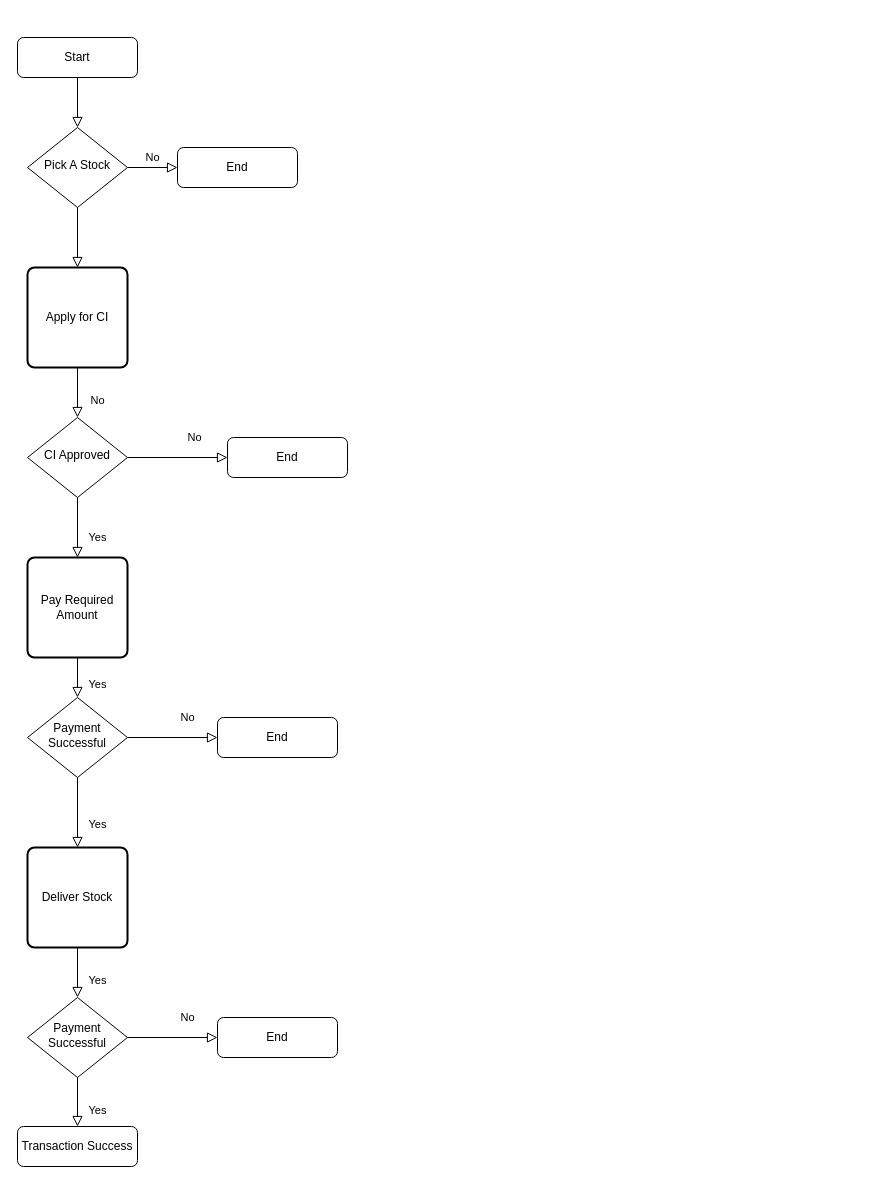
This is diagrams/Untitled Diagram.drawio from inyormanjr/CA.ERP, a draw.io file, before an edit. Source tidied: cells renumbered, new cells numbered last; positions are measured from the earlier drawing's top-left corner, leaving out a move shared by most shapes. Both pictures are drawn from the tidied source at 100%, with x=0, y=0 at pixel (17, 37).
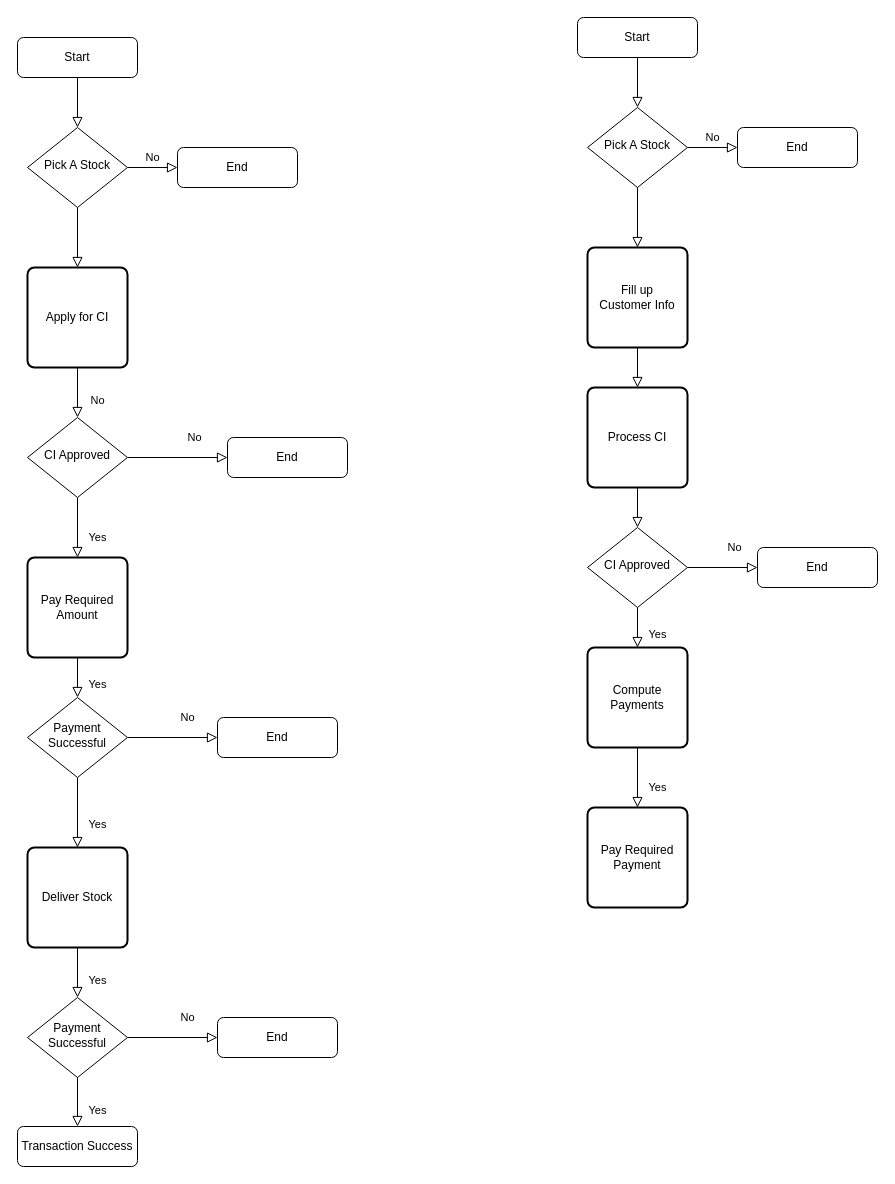
The same diagram, later.

The edit, as a diff of the source:
```diff
@@
+    <mxCell id="27" style="rounded=0;html=1;jettySize=auto;fontSize=11;endArrow=block;endFill=0;endSize=8;strokeWidth=1;shadow=0;labelBackgroundColor=none;edgeStyle=orthogonalEdgeStyle;" parent="1" edge="1" source="28" target="30">
+      <mxGeometry relative="1" as="geometry" />
+    </mxCell>
+    <mxCell id="28" value="Start" style="rounded=1;whiteSpace=wrap;html=1;fontSize=12;glass=0;strokeWidth=1;shadow=0;" parent="1" vertex="1">
+      <mxGeometry x="560" y="-20" width="120" height="40" as="geometry" />
+    </mxCell>
+    <mxCell id="29" value="No" style="edgeStyle=orthogonalEdgeStyle;rounded=0;html=1;jettySize=auto;fontSize=11;endArrow=block;endFill=0;endSize=8;strokeWidth=1;shadow=0;labelBackgroundColor=none;" parent="1" edge="1" source="30" target="31">
+      <mxGeometry y="10" relative="1" as="geometry" />
+    </mxCell>
+    <mxCell id="30" value="Pick A Stock" style="rhombus;whiteSpace=wrap;html=1;shadow=0;fontFamily=Helvetica;fontSize=12;align=center;strokeWidth=1;spacing=6;spacingTop=-4;" parent="1" vertex="1">
+      <mxGeometry x="570" y="70" width="100" height="80" as="geometry" />
+    </mxCell>
+    <mxCell id="31" value="End" style="rounded=1;whiteSpace=wrap;html=1;fontSize=12;glass=0;strokeWidth=1;shadow=0;" parent="1" vertex="1">
+      <mxGeometry x="720" y="90" width="120" height="40" as="geometry" />
+    </mxCell>
+    <mxCell id="32" style="rounded=0;html=1;jettySize=auto;fontSize=11;endArrow=block;endFill=0;endSize=8;strokeWidth=1;shadow=0;labelBackgroundColor=none;edgeStyle=orthogonalEdgeStyle;" parent="1" edge="1" source="30" target="33">
+      <mxGeometry x="0.33" y="20" relative="1" as="geometry" />
+    </mxCell>
+    <mxCell id="33" value="Fill up &lt;br&gt;Customer Info" style="rounded=1;whiteSpace=wrap;html=1;absoluteArcSize=1;arcSize=14;strokeWidth=2;" parent="1" vertex="1">
+      <mxGeometry x="570" y="210" width="100" height="100" as="geometry" />
+    </mxCell>
+    <mxCell id="34" style="rounded=0;html=1;jettySize=auto;fontSize=11;endArrow=block;endFill=0;endSize=8;strokeWidth=1;shadow=0;labelBackgroundColor=none;edgeStyle=orthogonalEdgeStyle;" parent="1" edge="1" source="33" target="35">
+      <mxGeometry x="0.33" y="20" relative="1" as="geometry" />
+    </mxCell>
+    <mxCell id="35" value="Process CI" style="rounded=1;whiteSpace=wrap;html=1;absoluteArcSize=1;arcSize=14;strokeWidth=2;" parent="1" vertex="1">
+      <mxGeometry x="570" y="350" width="100" height="100" as="geometry" />
+    </mxCell>
+    <mxCell id="36" value="CI Approved" style="rhombus;whiteSpace=wrap;html=1;shadow=0;fontFamily=Helvetica;fontSize=12;align=center;strokeWidth=1;spacing=6;spacingTop=-4;" parent="1" vertex="1">
+      <mxGeometry x="570" y="490" width="100" height="80" as="geometry" />
+    </mxCell>
+    <mxCell id="37" style="rounded=0;html=1;jettySize=auto;fontSize=11;endArrow=block;endFill=0;endSize=8;strokeWidth=1;shadow=0;labelBackgroundColor=none;edgeStyle=orthogonalEdgeStyle;" parent="1" edge="1" source="35" target="36">
+      <mxGeometry x="0.33" y="20" relative="1" as="geometry" />
+    </mxCell>
+    <mxCell id="38" value="End" style="rounded=1;whiteSpace=wrap;html=1;fontSize=12;glass=0;strokeWidth=1;shadow=0;" parent="1" vertex="1">
+      <mxGeometry x="740" y="510" width="120" height="40" as="geometry" />
+    </mxCell>
+    <mxCell id="39" value="Yes" style="rounded=0;html=1;jettySize=auto;fontSize=11;endArrow=block;endFill=0;endSize=8;strokeWidth=1;shadow=0;labelBackgroundColor=none;edgeStyle=orthogonalEdgeStyle;" parent="1" edge="1" source="36" target="41">
+      <mxGeometry x="0.33" y="20" relative="1" as="geometry" />
+    </mxCell>
+    <mxCell id="40" value="No" style="rounded=0;html=1;jettySize=auto;fontSize=11;endArrow=block;endFill=0;endSize=8;strokeWidth=1;shadow=0;labelBackgroundColor=none;edgeStyle=orthogonalEdgeStyle;" parent="1" edge="1" source="36" target="38">
+      <mxGeometry x="0.33" y="20" relative="1" as="geometry" />
+    </mxCell>
+    <mxCell id="41" value="Compute Payments" style="rounded=1;whiteSpace=wrap;html=1;absoluteArcSize=1;arcSize=14;strokeWidth=2;" parent="1" vertex="1">
+      <mxGeometry x="570" y="610" width="100" height="100" as="geometry" />
+    </mxCell>
+    <mxCell id="42" value="Pay Required Payment" style="rounded=1;whiteSpace=wrap;html=1;absoluteArcSize=1;arcSize=14;strokeWidth=2;" parent="1" vertex="1">
+      <mxGeometry x="570" y="770" width="100" height="100" as="geometry" />
+    </mxCell>
+    <mxCell id="43" value="Yes" style="rounded=0;html=1;jettySize=auto;fontSize=11;endArrow=block;endFill=0;endSize=8;strokeWidth=1;shadow=0;labelBackgroundColor=none;edgeStyle=orthogonalEdgeStyle;" parent="1" edge="1" source="41" target="42">
+      <mxGeometry x="0.33" y="20" relative="1" as="geometry" />
+    </mxCell>
```
